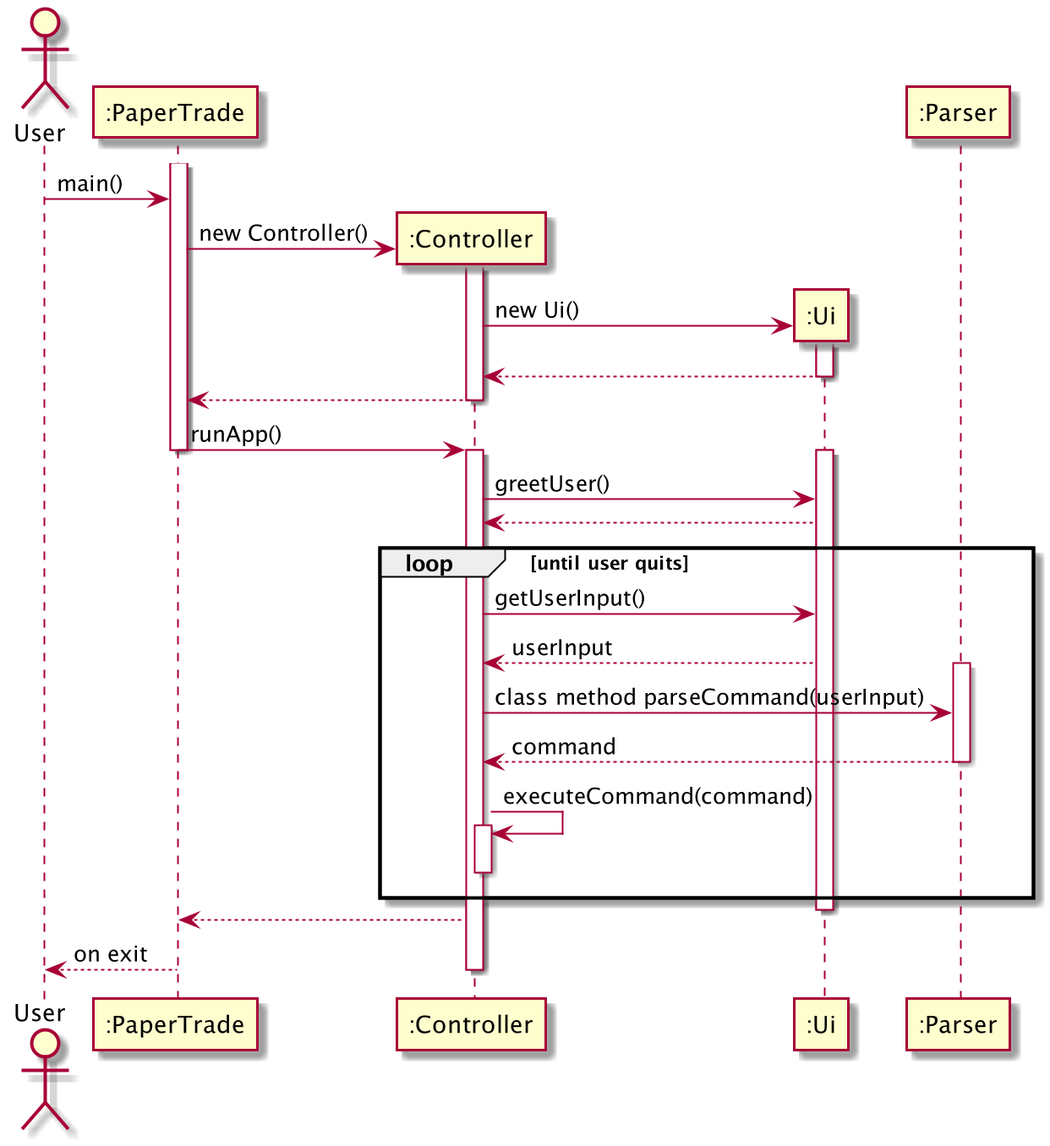
Earlier version of the PlantUML export docs/diagrams/Lifecycle.png (nus-cs2113-AY2021S1/tp). The source it was exported from:
```plantuml
@startuml
actor User
participant ":PaperTrade" as PaperTrade
participant ":Controller" as Controller
participant ":Ui" as Ui
participant ":Parser" as Parser


activate PaperTrade
User -> PaperTrade : main()

create Controller
PaperTrade -> Controller : new Controller()
activate Controller

create Ui
Controller -> Ui : new Ui()
activate Ui
Controller <-- Ui
deactivate Ui

PaperTrade <-- Controller
deactivate Controller

PaperTrade -> Controller : runApp()
deactivate PaperTrade

activate Controller
activate Ui
Controller -> Ui : greetUser()
Controller <-- Ui
loop until user quits
    Controller -> Ui : getUserInput()
    Controller <-- Ui : userInput

    activate Parser
    Controller ->  Parser : class method parseCommand(userInput)
    Controller <-- Parser : command
    deactivate Parser

    Controller -> Controller : executeCommand(command)
    activate Controller
    deactivate Controller
end
deactivate Ui

PaperTrade <-- Controller

User <-- PaperTrade : on exit
deactivate Controller

@enduml
```
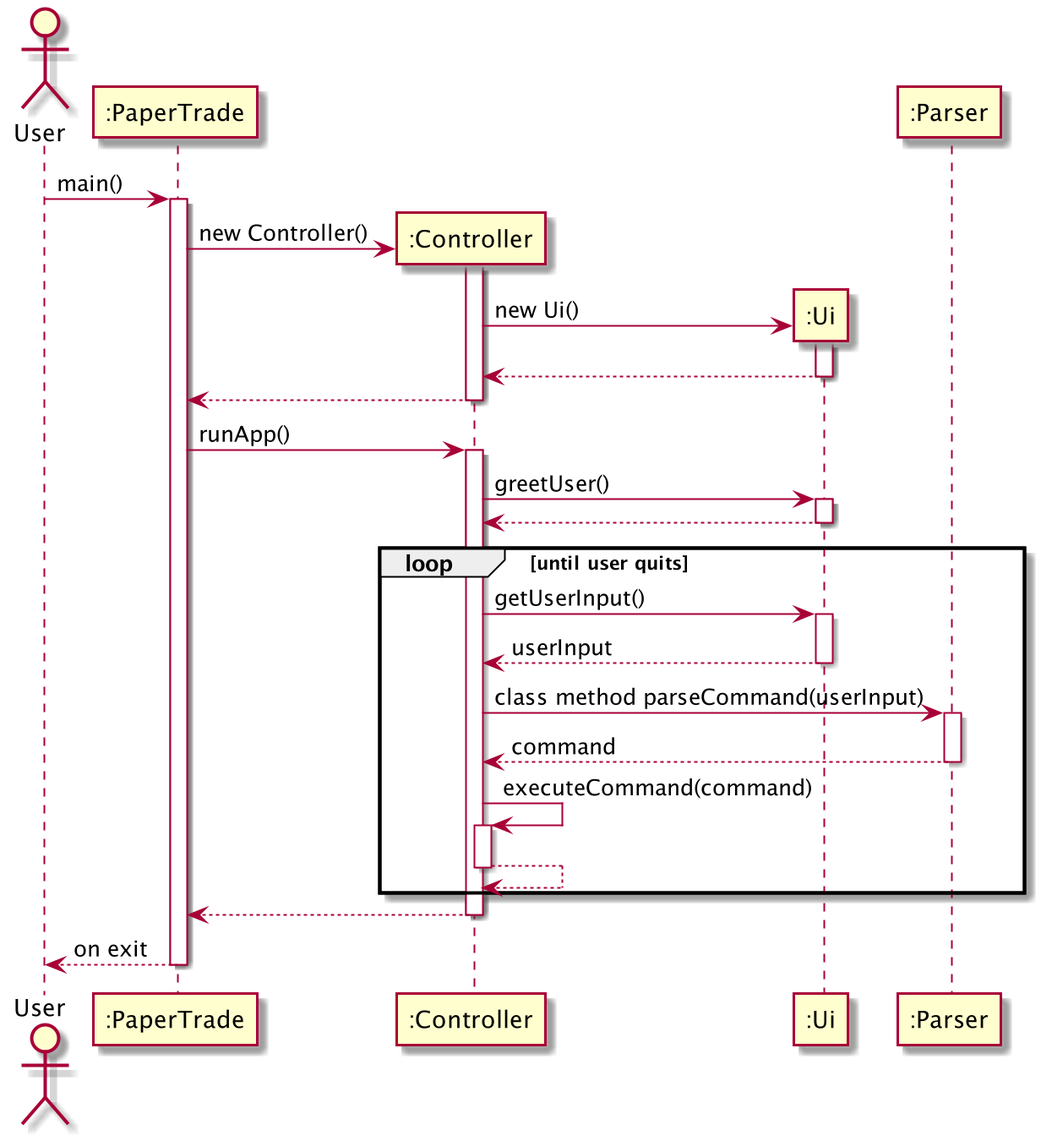
After the commit.

Diff of the diagram source:
```diff
@@ -5,9 +5,8 @@
 participant ":Ui" as Ui
 participant ":Parser" as Parser
 
-
+User -> PaperTrade : main()
 activate PaperTrade
-User -> PaperTrade : main()
 
 create Controller
 PaperTrade -> Controller : new Controller()
@@ -23,30 +22,34 @@
 deactivate Controller
 
 PaperTrade -> Controller : runApp()
-deactivate PaperTrade
 
 activate Controller
+Controller -> Ui : greetUser()
 activate Ui
-Controller -> Ui : greetUser()
 Controller <-- Ui
+deactivate Ui
+
 loop until user quits
     Controller -> Ui : getUserInput()
+    activate Ui
     Controller <-- Ui : userInput
+    deactivate Ui
 
+    Controller ->  Parser : class method parseCommand(userInput)
     activate Parser
-    Controller ->  Parser : class method parseCommand(userInput)
     Controller <-- Parser : command
     deactivate Parser
 
     Controller -> Controller : executeCommand(command)
     activate Controller
+    Controller <-- Controller
     deactivate Controller
 end
-deactivate Ui
 
 PaperTrade <-- Controller
 
+deactivate Controller
 User <-- PaperTrade : on exit
-deactivate Controller
+deactivate PaperTrade
 
 @enduml
```
